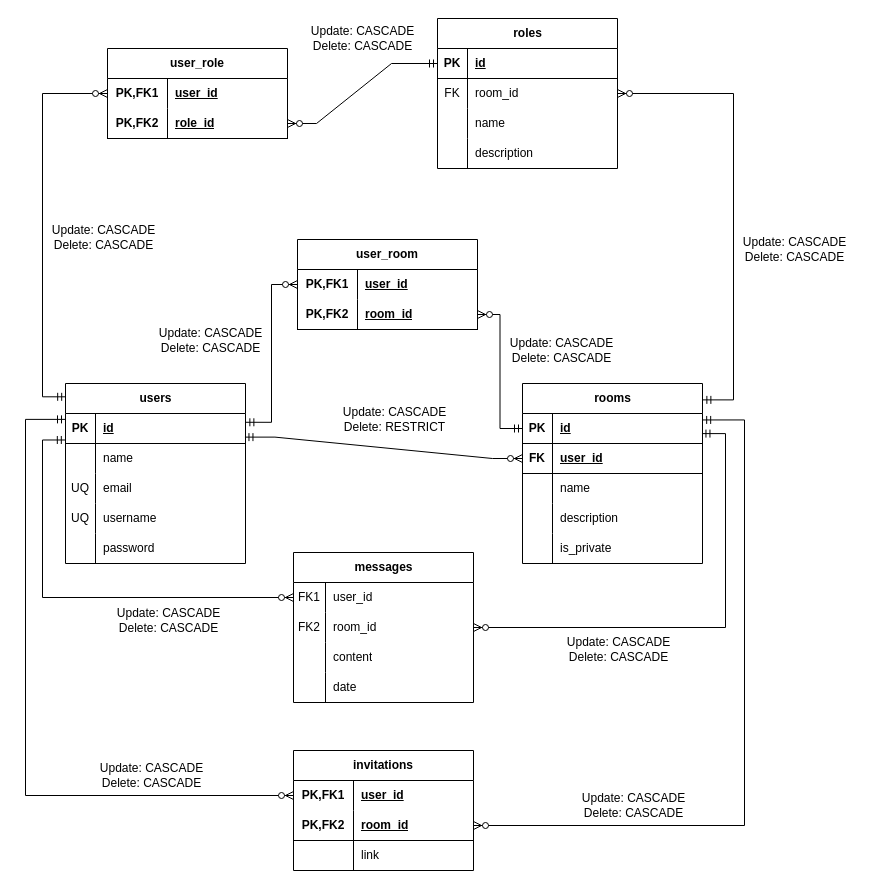
Earlier version of the draw.io diagram logical-design/exercise-3-chat-rooms.drawio (hdz-kevin/learning-database-design). Source tidied: cells renumbered, new cells numbered last; positions are measured from the earlier drawing's top-left corner, leaving out a move shared by most shapes. Both pictures are drawn from the tidied source at 100%, with x=0, y=0 at pixel (25, 17).
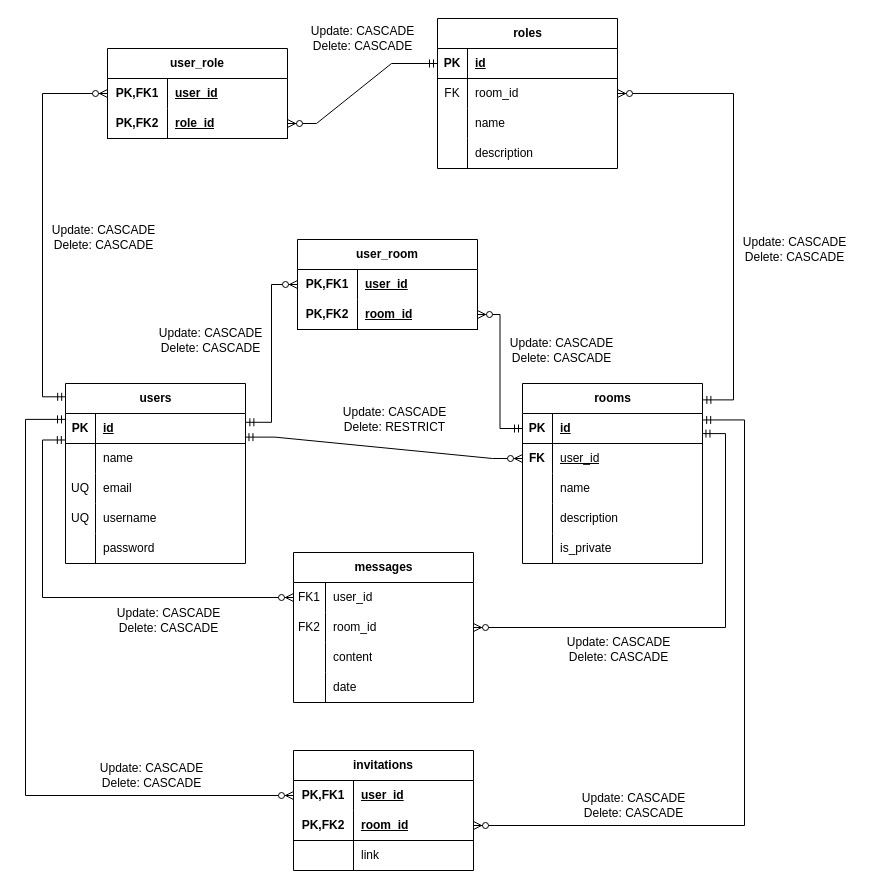
The same page after the edit.

Commit message:
modify logical design - exercise 3: chat rooms

Unchanged cells that the change refers to:
```xml
<mxCell id="18" value="rooms" style="shape=table;startSize=30;childLayout=tableLayout;rowLines=0;fontStyle=1;align=center;html=1;" parent="1" vertex="1">
  <mxGeometry x="497" y="366" width="180" height="180" as="geometry" />
</mxCell>
```

Diff of the diagram source:
```diff
@@
-    <mxCell id="22" style="shape=tableRow;horizontal=0;startSize=0;swimlaneHead=0;swimlaneBody=0;fillColor=none;points=[[0,0.5],[1,0.5]];portConstraint=eastwest;top=0;left=0;right=0;bottom=1;" parent="18" vertex="1">
+    <mxCell id="22" style="shape=tableRow;horizontal=0;startSize=0;swimlaneHead=0;swimlaneBody=0;fillColor=none;points=[[0,0.5],[1,0.5]];portConstraint=eastwest;top=0;left=0;right=0;bottom=0;" parent="18" vertex="1">
       <mxGeometry y="60" width="180" height="30" as="geometry" />
     </mxCell>
@@
-    <mxCell id="24" value="user_id" style="shape=partialRectangle;fillColor=none;top=0;left=0;bottom=0;right=0;align=left;spacingLeft=6;fontStyle=5;overflow=hidden;whiteSpace=wrap;html=1;" parent="22" vertex="1">
+    <mxCell id="24" value="&lt;span style=&quot;font-weight: normal;&quot;&gt;user_id&lt;/span&gt;" style="shape=partialRectangle;fillColor=none;top=0;left=0;bottom=0;right=0;align=left;spacingLeft=6;fontStyle=5;overflow=hidden;whiteSpace=wrap;html=1;" parent="22" vertex="1">
       <mxGeometry x="30" width="150" height="30" as="geometry" />
     </mxCell>
```
